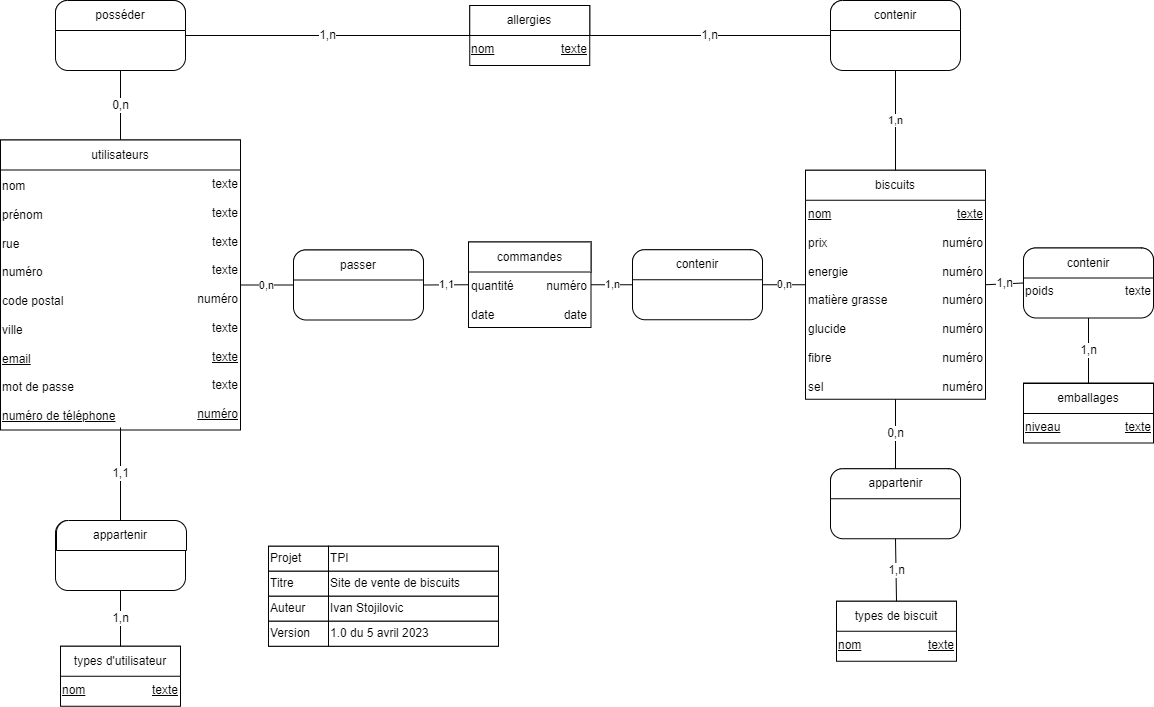
Earlier version of the draw.io export Documentation/MCD.png (StojilovicIvan/TPI23). Source tidied: cells renumbered, new cells last; positions are measured from the earlier drawing's top-left corner, leaving out a move shared by most shapes.
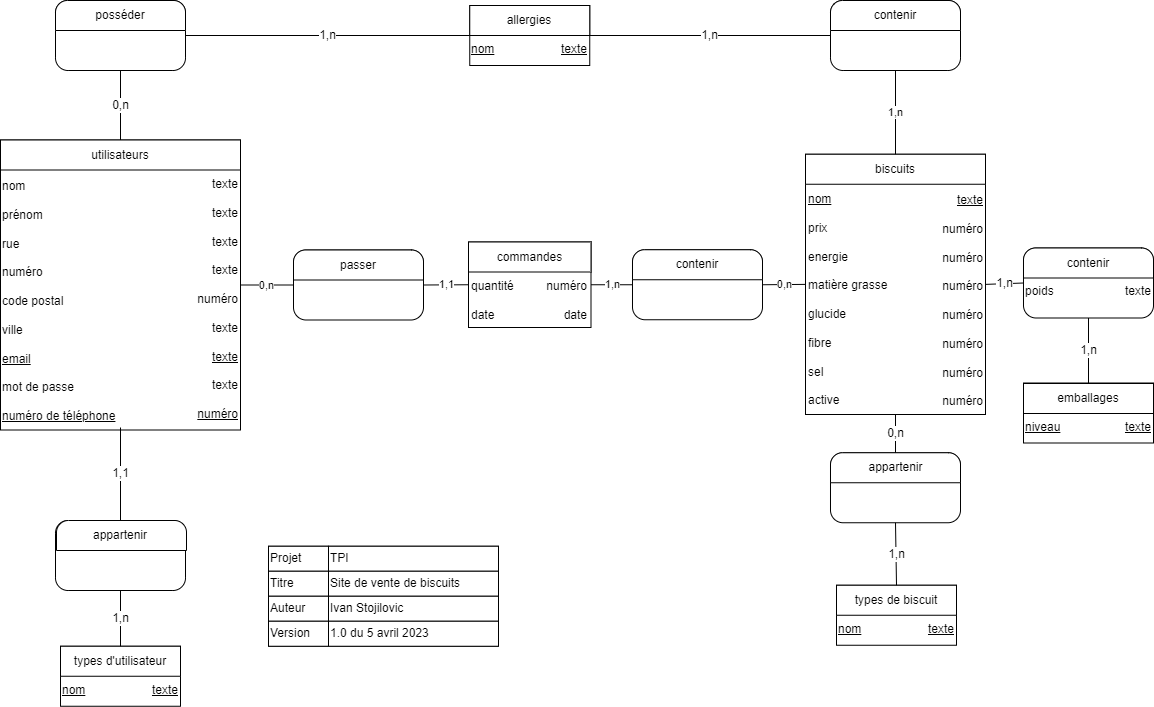
After the change.

Change to the diagram source:
```diff
@@ -3,7 +3,7 @@
     <mxCell id="0" />
     <mxCell id="1" parent="0" />
     <mxCell id="2" style="rounded=0;whiteSpace=wrap;html=1;" parent="1" vertex="1">
-      <mxGeometry x="805" y="169.8" width="180" height="229" as="geometry" />
+      <mxGeometry x="805" y="153.8" width="180" height="260.2" as="geometry" />
     </mxCell>
     <mxCell id="3" style="rounded=0;whiteSpace=wrap;html=1;" parent="1" vertex="1">
       <mxGeometry y="139.5" width="240" height="290" as="geometry" />
@@ -18,13 +18,13 @@
       <mxGeometry x="120" y="169.5" width="120" height="257.5" as="geometry" />
     </mxCell>
     <mxCell id="7" value="biscuits" style="rounded=0;whiteSpace=wrap;html=1;" parent="1" vertex="1">
-      <mxGeometry x="805" y="169.8" width="180" height="30" as="geometry" />
+      <mxGeometry x="805" y="153.8" width="180" height="30" as="geometry" />
     </mxCell>
-    <mxCell id="8" value="&lt;u&gt;nom&lt;br&gt;&lt;/u&gt;&lt;br&gt;prix&lt;br&gt;&lt;br&gt;energie&lt;br&gt;&lt;br&gt;matière grasse&lt;br&gt;&lt;br&gt;glucide&lt;br&gt;&lt;br&gt;fibre&lt;br&gt;&lt;br&gt;sel" style="text;html=1;strokeColor=none;fillColor=none;align=left;verticalAlign=top;whiteSpace=wrap;rounded=0;" parent="1" vertex="1">
-      <mxGeometry x="806" y="200.2" width="90" height="198.5" as="geometry" />
+    <mxCell id="8" value="&lt;u&gt;nom&lt;br&gt;&lt;/u&gt;&lt;br&gt;prix&lt;br&gt;&lt;br&gt;energie&lt;br&gt;&lt;br&gt;matière grasse&lt;br&gt;&lt;br&gt;glucide&lt;br&gt;&lt;br&gt;fibre&lt;br&gt;&lt;br&gt;sel&lt;br&gt;&lt;br&gt;active" style="text;html=1;strokeColor=none;fillColor=none;align=left;verticalAlign=top;whiteSpace=wrap;rounded=0;" parent="1" vertex="1">
+      <mxGeometry x="806" y="184.6" width="90" height="229.4" as="geometry" />
     </mxCell>
-    <mxCell id="9" value="&lt;u&gt;texte&lt;/u&gt;&lt;br&gt;&lt;br&gt;numéro&lt;br&gt;&lt;br&gt;numéro&lt;br&gt;&lt;br&gt;numéro&lt;br&gt;&lt;br&gt;numéro&lt;br&gt;&lt;br&gt;numéro&lt;br&gt;&lt;br&gt;numéro" style="text;html=1;strokeColor=none;fillColor=none;align=right;verticalAlign=top;whiteSpace=wrap;rounded=0;" parent="1" vertex="1">
-      <mxGeometry x="895" y="200.2" width="90" height="198.5" as="geometry" />
+    <mxCell id="9" value="&lt;u&gt;texte&lt;/u&gt;&lt;br&gt;&lt;br&gt;numéro&lt;br&gt;&lt;br&gt;numéro&lt;br&gt;&lt;br&gt;numéro&lt;br&gt;&lt;br&gt;numéro&lt;br&gt;&lt;br&gt;numéro&lt;br&gt;&lt;br&gt;numéro&lt;br&gt;&lt;br&gt;numéro" style="text;html=1;strokeColor=none;fillColor=none;align=right;verticalAlign=top;whiteSpace=wrap;rounded=0;" parent="1" vertex="1">
+      <mxGeometry x="895" y="185.5" width="90" height="228.5" as="geometry" />
     </mxCell>
     <mxCell id="10" style="rounded=0;whiteSpace=wrap;html=1;" parent="1" vertex="1">
       <mxGeometry x="268" y="545.8" width="230" height="100" as="geometry" />
@@ -63,16 +63,16 @@
       <mxGeometry x="328" y="249.5" width="60" height="30" as="geometry" />
     </mxCell>
     <mxCell id="22" style="rounded=0;whiteSpace=wrap;html=1;" parent="1" vertex="1">
-      <mxGeometry x="836" y="600.8" width="120" height="60" as="geometry" />
+      <mxGeometry x="836" y="584.8" width="120" height="60" as="geometry" />
     </mxCell>
     <mxCell id="23" value="types de biscuit" style="rounded=0;whiteSpace=wrap;html=1;" parent="1" vertex="1">
-      <mxGeometry x="836" y="600.8" width="120" height="30" as="geometry" />
+      <mxGeometry x="836" y="584.8" width="120" height="30" as="geometry" />
     </mxCell>
     <mxCell id="24" value="&lt;u&gt;nom&lt;/u&gt;" style="text;html=1;strokeColor=none;fillColor=none;align=left;verticalAlign=top;whiteSpace=wrap;rounded=0;" parent="1" vertex="1">
-      <mxGeometry x="836" y="630.8" width="60" height="30" as="geometry" />
+      <mxGeometry x="836" y="614.8" width="60" height="30" as="geometry" />
     </mxCell>
     <mxCell id="25" value="&lt;u&gt;texte&lt;/u&gt;" style="text;html=1;strokeColor=none;fillColor=none;align=right;verticalAlign=top;whiteSpace=wrap;rounded=0;" parent="1" vertex="1">
-      <mxGeometry x="896" y="630.8" width="60" height="30" as="geometry" />
+      <mxGeometry x="896" y="614.8" width="60" height="30" as="geometry" />
     </mxCell>
     <mxCell id="26" style="rounded=0;whiteSpace=wrap;html=1;" parent="1" vertex="1">
       <mxGeometry x="469.2" y="5" width="120" height="60" as="geometry" />
@@ -102,13 +102,13 @@
       <mxGeometry relative="1" as="geometry" />
     </mxCell>
     <mxCell id="35" value="&lt;div style=&quot;text-align: right;&quot;&gt;&lt;br&gt;&lt;/div&gt;" style="rounded=1;whiteSpace=wrap;html=1;arcSize=18;align=left;" parent="1" vertex="1">
-      <mxGeometry x="830" y="468.2" width="130" height="70" as="geometry" />
+      <mxGeometry x="830" y="452.2" width="130" height="70" as="geometry" />
     </mxCell>
     <mxCell id="36" style="verticalLabelPosition=bottom;verticalAlign=top;html=1;shape=mxgraph.basic.rect;fillColor2=none;strokeWidth=1;size=12;indent=26.67;rounded=1;shadow=0;glass=0;sketch=0;topLeftStyle=rounded;topRightStyle=rounded;left=1;" parent="1" vertex="1">
-      <mxGeometry x="830" y="468.2" width="130" height="30" as="geometry" />
+      <mxGeometry x="830" y="452.2" width="130" height="30" as="geometry" />
     </mxCell>
     <mxCell id="37" value="appartenir" style="text;html=1;strokeColor=none;fillColor=none;align=center;verticalAlign=middle;whiteSpace=wrap;rounded=0;" parent="1" vertex="1">
-      <mxGeometry x="866.5" y="468.2" width="57" height="30" as="geometry" />
+      <mxGeometry x="866.5" y="452.2" width="57" height="30" as="geometry" />
     </mxCell>
     <mxCell id="38" value="0,n" style="endArrow=none;html=1;rounded=0;fontSize=12;entryX=0.5;entryY=1;entryDx=0;entryDy=0;exitX=0.5;exitY=0;exitDx=0;exitDy=0;" parent="1" edge="1" source="35" target="2">
       <mxGeometry relative="1" as="geometry" />
```
